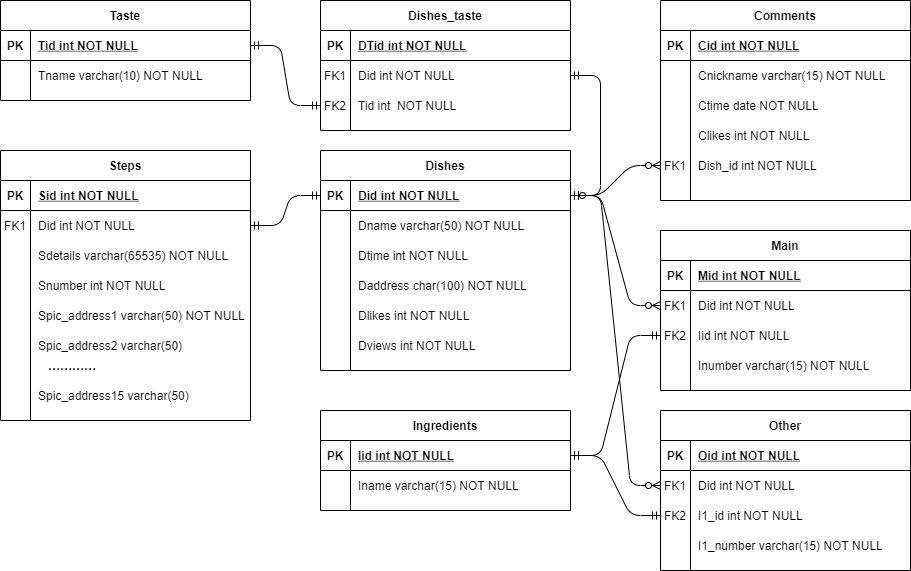
Earlier version of the draw.io export homepage/database.png (Xinyuan-L/SEGP). Source tidied: cells renumbered, new cells last; positions are measured from the earlier drawing's top-left corner, leaving out a move shared by most shapes.
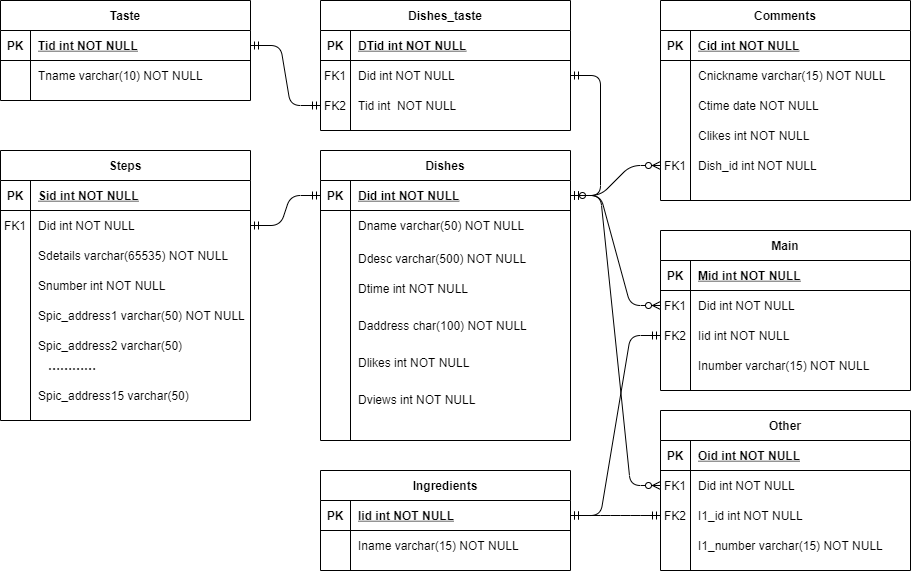
The same file after the commit.

What changed in the source:
```diff
@@ -255,7 +255,7 @@
       <mxGeometry x="40" y="200" width="220" height="30" as="geometry" />
     </mxCell>
     <mxCell id="86" value="Ingredients" style="shape=table;startSize=30;rowLines=0;fontStyle=1;align=center;fontColor=#000000;" parent="1" vertex="1">
-      <mxGeometry x="320" y="410" width="250" height="100" as="geometry" />
+      <mxGeometry x="320" y="470" width="250" height="100" as="geometry" />
     </mxCell>
     <mxCell id="87" style="shape=partialRectangle;fillColor=none;top=0;left=0;bottom=1;right=0;points=[[0,0.5],[1,0.5]];portConstraint=eastwest;" parent="86" vertex="1">
       <mxGeometry y="30" width="250" height="30" as="geometry" />
@@ -276,10 +276,10 @@
       <mxGeometry x="30" width="220" height="30" as="geometry" />
     </mxCell>
     <mxCell id="93" style="group;" parent="1" vertex="1">
-      <mxGeometry x="320" y="150" width="250" height="220" as="geometry" />
+      <mxGeometry x="320" y="150" width="250" height="290" as="geometry" />
     </mxCell>
     <mxCell id="94" value="Dishes" style="shape=table;startSize=30;rowLines=0;fontStyle=1;align=center;" parent="93" vertex="1">
-      <mxGeometry width="250" height="220" as="geometry" />
+      <mxGeometry width="250" height="290" as="geometry" />
     </mxCell>
     <mxCell id="95" style="shape=partialRectangle;fillColor=none;points=[[0,0.5],[1,0.5]];portConstraint=eastwest;top=0;left=0;right=0;bottom=1;" parent="94" vertex="1">
       <mxGeometry y="30" width="250" height="30" as="geometry" />
@@ -299,42 +299,51 @@
     <mxCell id="100" value="Dname varchar(50) NOT NULL" style="shape=partialRectangle;overflow=hidden;fillColor=none;top=0;left=0;bottom=0;right=0;align=left;spacingLeft=6;" parent="98" vertex="1">
       <mxGeometry x="30" width="220" height="30" as="geometry" />
     </mxCell>
+    <mxCell id="119" style="shape=partialRectangle;fillColor=none;top=0;left=0;right=0;bottom=0;" parent="93" vertex="1">
+      <mxGeometry y="90" width="250" height="36.8" as="geometry" />
+    </mxCell>
+    <mxCell id="120" style="shape=partialRectangle;overflow=hidden;fillColor=none;top=0;left=0;bottom=0;right=0;" parent="119" vertex="1">
+      <mxGeometry width="30" height="36.8" as="geometry" />
+    </mxCell>
+    <mxCell id="121" value="Ddesc varchar(500) NOT NULL" style="shape=partialRectangle;overflow=hidden;fillColor=none;top=0;left=0;bottom=0;right=0;align=left;spacingLeft=6;" parent="119" vertex="1">
+      <mxGeometry x="30" width="220" height="36.8" as="geometry" />
+    </mxCell>
     <mxCell id="101" style="shape=partialRectangle;fillColor=none;top=0;left=0;right=0;bottom=0;" parent="93" vertex="1">
-      <mxGeometry y="90" width="250" height="30" as="geometry" />
+      <mxGeometry y="120" width="250" height="36.8" as="geometry" />
     </mxCell>
     <mxCell id="102" style="shape=partialRectangle;overflow=hidden;fillColor=none;top=0;left=0;bottom=0;right=0;" parent="101" vertex="1">
-      <mxGeometry width="30" height="30" as="geometry" />
+      <mxGeometry width="30" height="36.8" as="geometry" />
     </mxCell>
     <mxCell id="103" value="Dtime int NOT NULL" style="shape=partialRectangle;overflow=hidden;fillColor=none;top=0;left=0;bottom=0;right=0;align=left;spacingLeft=6;" parent="101" vertex="1">
-      <mxGeometry x="30" width="220" height="30" as="geometry" />
+      <mxGeometry x="30" width="220" height="36.8" as="geometry" />
     </mxCell>
+    <mxCell id="110" style="shape=partialRectangle;fillColor=none;top=0;left=0;right=0;bottom=0;" parent="93" vertex="1">
+      <mxGeometry y="156.8" width="250" height="36.8" as="geometry" />
+    </mxCell>
+    <mxCell id="111" style="shape=partialRectangle;overflow=hidden;fillColor=none;top=0;left=0;bottom=0;right=0;" parent="110" vertex="1">
+      <mxGeometry width="30" height="36.8" as="geometry" />
+    </mxCell>
+    <mxCell id="112" value="Daddress char(100) NOT NULL" style="shape=partialRectangle;overflow=hidden;fillColor=none;top=0;left=0;bottom=0;right=0;align=left;spacingLeft=6;" parent="110" vertex="1">
+      <mxGeometry x="30" width="220" height="36.8" as="geometry" />
+    </mxCell>
     <mxCell id="104" style="shape=partialRectangle;fillColor=none;top=0;left=0;right=0;bottom=0;" parent="93" vertex="1">
-      <mxGeometry y="150" width="250" height="30" as="geometry" />
+      <mxGeometry y="193.6" width="250" height="36.8" as="geometry" />
     </mxCell>
     <mxCell id="105" style="shape=partialRectangle;overflow=hidden;fillColor=none;top=0;left=0;bottom=0;right=0;" parent="104" vertex="1">
-      <mxGeometry width="30" height="30" as="geometry" />
+      <mxGeometry width="30" height="36.8" as="geometry" />
     </mxCell>
     <mxCell id="106" value="Dlikes int NOT NULL" style="shape=partialRectangle;overflow=hidden;fillColor=none;top=0;left=0;bottom=0;right=0;align=left;spacingLeft=6;" parent="104" vertex="1">
-      <mxGeometry x="30" width="220" height="30" as="geometry" />
+      <mxGeometry x="30" width="220" height="36.8" as="geometry" />
     </mxCell>
     <mxCell id="107" style="shape=partialRectangle;fillColor=none;top=0;left=0;right=0;bottom=0;" parent="93" vertex="1">
-      <mxGeometry y="180" width="250" height="30" as="geometry" />
+      <mxGeometry y="230.5" width="250" height="36.8" as="geometry" />
     </mxCell>
     <mxCell id="108" style="shape=partialRectangle;overflow=hidden;fillColor=none;top=0;left=0;bottom=0;right=0;" parent="107" vertex="1">
-      <mxGeometry width="30" height="30" as="geometry" />
+      <mxGeometry width="30" height="36.8" as="geometry" />
     </mxCell>
     <mxCell id="109" value="Dviews int NOT NULL" style="shape=partialRectangle;overflow=hidden;fillColor=none;top=0;left=0;bottom=0;right=0;align=left;spacingLeft=6;" parent="107" vertex="1">
-      <mxGeometry x="30" width="220" height="30" as="geometry" />
+      <mxGeometry x="30" width="220" height="36.8" as="geometry" />
     </mxCell>
-    <mxCell id="110" style="shape=partialRectangle;fillColor=none;top=0;left=0;right=0;bottom=0;" parent="93" vertex="1">
-      <mxGeometry y="120" width="250" height="30" as="geometry" />
-    </mxCell>
-    <mxCell id="111" style="shape=partialRectangle;overflow=hidden;fillColor=none;top=0;left=0;bottom=0;right=0;" parent="110" vertex="1">
-      <mxGeometry width="30" height="30" as="geometry" />
-    </mxCell>
-    <mxCell id="112" value="Daddress char(100) NOT NULL" style="shape=partialRectangle;overflow=hidden;fillColor=none;top=0;left=0;bottom=0;right=0;align=left;spacingLeft=6;" parent="110" vertex="1">
-      <mxGeometry x="30" width="220" height="30" as="geometry" />
-    </mxCell>
     <mxCell id="113" style="edgeStyle=entityRelationEdgeStyle;fontSize=12;html=1;endArrow=ERmandOne;startArrow=ERmandOne;entryX=1;entryY=0.5;entryDx=0;entryDy=0;exitX=0;exitY=0.5;exitDx=0;exitDy=0;" parent="1" edge="1" source="47" target="87">
       <mxGeometry relative="1" as="geometry" />
     </mxCell>
```
